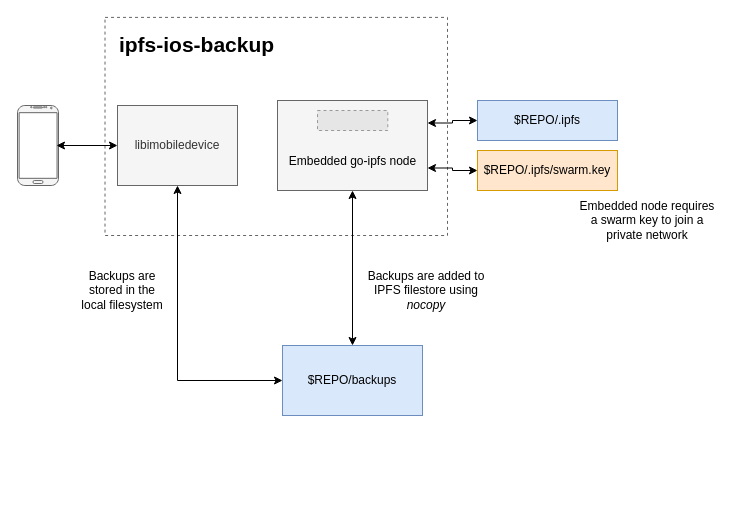
The draw.io diagram docs/IPFS iOS Backup Architecture.drawio in codynhat/ipfs-ios-backup, before the edit. Source tidied: cells renumbered, new cells numbered last; positions are measured from the earlier drawing's top-left corner, leaving out a move shared by most shapes. Both pictures are drawn from the tidied source at 100%, with x=0, y=0 at pixel (17, 17). Pictures stored in the file or linked from it are replaced by grey dashed boxes.
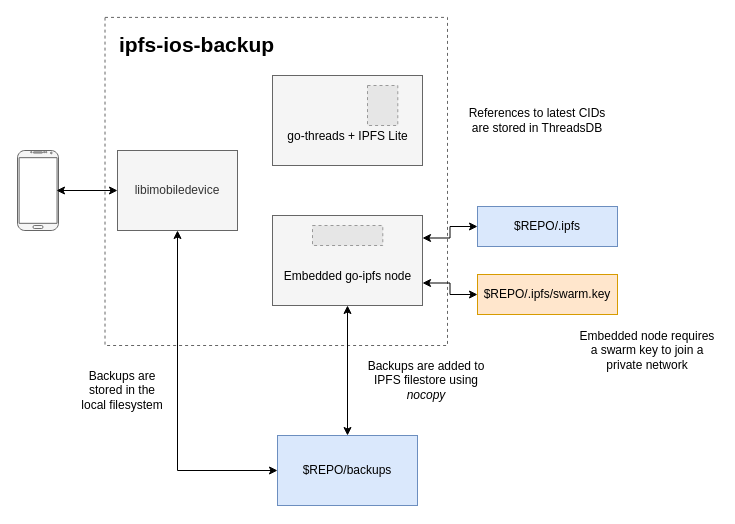
Above is the later version.

Commit message (it also covers changes not shown here):
Update architecture diagram with Threads

Change to the diagram source:
```diff
@@
     <mxCell id="2" style="rounded=0;whiteSpace=wrap;html=1;fillColor=none;strokeColor=#666666;fontColor=#333333;dashed=1;" parent="1" vertex="1">
-      <mxGeometry x="87.5" y="-0.1" width="342.5" height="218.1" as="geometry" />
+      <mxGeometry x="87.5" y="-0.1" width="342.5" height="328.1" as="geometry" />
     </mxCell>
     <mxCell id="3" style="verticalLabelPosition=bottom;verticalAlign=top;html=1;shadow=0;dashed=0;strokeWidth=1;shape=mxgraph.android.phone2;strokeColor=#666666;fillColor=#f5f5f5;fontColor=#333333;" parent="1" vertex="1">
-      <mxGeometry y="88" width="41" height="80" as="geometry" />
+      <mxGeometry y="133" width="41" height="80" as="geometry" />
     </mxCell>
@@
     <mxCell id="5" value="libimobiledevice" style="rounded=0;whiteSpace=wrap;html=1;fillColor=#f5f5f5;strokeColor=#666666;fontColor=#333333;" parent="1" vertex="1">
-      <mxGeometry x="100" y="88" width="120" height="80" as="geometry" />
+      <mxGeometry x="100" y="133" width="120" height="80" as="geometry" />
     </mxCell>
@@
     <mxCell id="7" value="$REPO/backups" style="rounded=0;whiteSpace=wrap;html=1;fillColor=#dae8fc;strokeColor=#6c8ebf;" parent="1" vertex="1">
-      <mxGeometry x="265" y="328" width="140" height="70" as="geometry" />
+      <mxGeometry x="260" y="418" width="140" height="70" as="geometry" />
     </mxCell>
@@
     <mxCell id="9" value="$REPO/.ipfs" style="rounded=0;whiteSpace=wrap;html=1;fillColor=#dae8fc;strokeColor=#6c8ebf;" parent="1" vertex="1">
-      <mxGeometry x="460" y="83" width="140" height="40" as="geometry" />
+      <mxGeometry x="460" y="189" width="140" height="40" as="geometry" />
     </mxCell>
@@
     <mxCell id="11" value="Backups are stored in the local filesystem" style="text;html=1;strokeColor=none;fillColor=none;align=center;verticalAlign=middle;whiteSpace=wrap;rounded=0;dashed=1;" parent="1" vertex="1">
-      <mxGeometry x="60" y="248" width="90" height="50" as="geometry" />
+      <mxGeometry x="60" y="348" width="90" height="50" as="geometry" />
     </mxCell>
     <mxCell id="12" value="Backups are added to IPFS filestore using &lt;i&gt;nocopy&lt;/i&gt;" style="text;html=1;strokeColor=none;fillColor=none;align=center;verticalAlign=middle;whiteSpace=wrap;rounded=0;dashed=1;" parent="1" vertex="1">
-      <mxGeometry x="348.8" y="248" width="120" height="50" as="geometry" />
+      <mxGeometry x="348.8" y="338" width="120" height="50" as="geometry" />
     </mxCell>
@@
     <mxCell id="14" value="$REPO/.ipfs/swarm.key" style="rounded=0;whiteSpace=wrap;html=1;fillColor=#ffe6cc;strokeColor=#d79b00;" parent="1" vertex="1">
-      <mxGeometry x="460" y="133" width="140" height="40" as="geometry" />
+      <mxGeometry x="460" y="257" width="140" height="40" as="geometry" />
     </mxCell>
     <mxCell id="15" value="Embedded node requires a swarm key to join a private network" style="text;html=1;strokeColor=none;fillColor=none;align=center;verticalAlign=middle;whiteSpace=wrap;rounded=0;dashed=1;" parent="1" vertex="1">
-      <mxGeometry x="560" y="178" width="140" height="50" as="geometry" />
+      <mxGeometry x="560" y="308" width="140" height="50" as="geometry" />
     </mxCell>
@@
     <mxCell id="17" style="group;" parent="1" vertex="1">
-      <mxGeometry x="260" y="83" width="230" height="90" as="geometry" />
+      <mxGeometry x="255" y="198" width="230" height="90" as="geometry" />
     </mxCell>
@@
+    <mxCell id="24" style="group;" parent="1" vertex="1">
+      <mxGeometry x="255" y="58" width="230" height="90" as="geometry" />
+    </mxCell>
+    <mxCell id="25" style="group;" parent="24" vertex="1">
+      <mxGeometry width="150" height="90" as="geometry" />
+    </mxCell>
+    <mxCell id="26" style="rounded=0;whiteSpace=wrap;html=1;fillColor=#f5f5f5;strokeColor=#666666;fontColor=#333333;" parent="25" vertex="1">
+      <mxGeometry width="150" height="90" as="geometry" />
+    </mxCell>
+    <mxCell id="27" value="go-threads + IPFS Lite" style="text;html=1;strokeColor=none;fillColor=none;align=center;verticalAlign=middle;whiteSpace=wrap;rounded=0;dashed=1;" parent="25" vertex="1">
+      <mxGeometry x="2.6" y="40" width="145" height="42.4" as="geometry" />
+    </mxCell>
+    <mxCell id="28" style="edgeStyle=orthogonalEdgeStyle;rounded=0;orthogonalLoop=1;jettySize=auto;html=1;exitX=0.5;exitY=1;exitDx=0;exitDy=0;" parent="25" edge="1" source="26" target="26">
+      <mxGeometry relative="1" as="geometry" />
+    </mxCell>
+    <mxCell id="29" style="edgeStyle=orthogonalEdgeStyle;rounded=0;orthogonalLoop=1;jettySize=auto;html=1;exitX=0.5;exitY=1;exitDx=0;exitDy=0;" parent="25" edge="1" source="27" target="27">
+      <mxGeometry relative="1" as="geometry" />
+    </mxCell>
+    <mxCell id="30" style="fillColor=#E6E6E6;strokeColor=#999999;dashed=1;verticalLabelPosition=bottom;labelBackgroundColor=#ffffff;verticalAlign=top;" parent="25" vertex="1">
+      <mxGeometry x="95" y="10" width="30.3" height="40" as="geometry" />
+    </mxCell>
+    <mxCell id="31" value="References to latest CIDs are stored in ThreadsDB" style="text;html=1;strokeColor=none;fillColor=none;align=center;verticalAlign=middle;whiteSpace=wrap;rounded=0;dashed=1;" parent="1" vertex="1">
+      <mxGeometry x="450" y="78" width="140" height="50" as="geometry" />
+    </mxCell>
```
